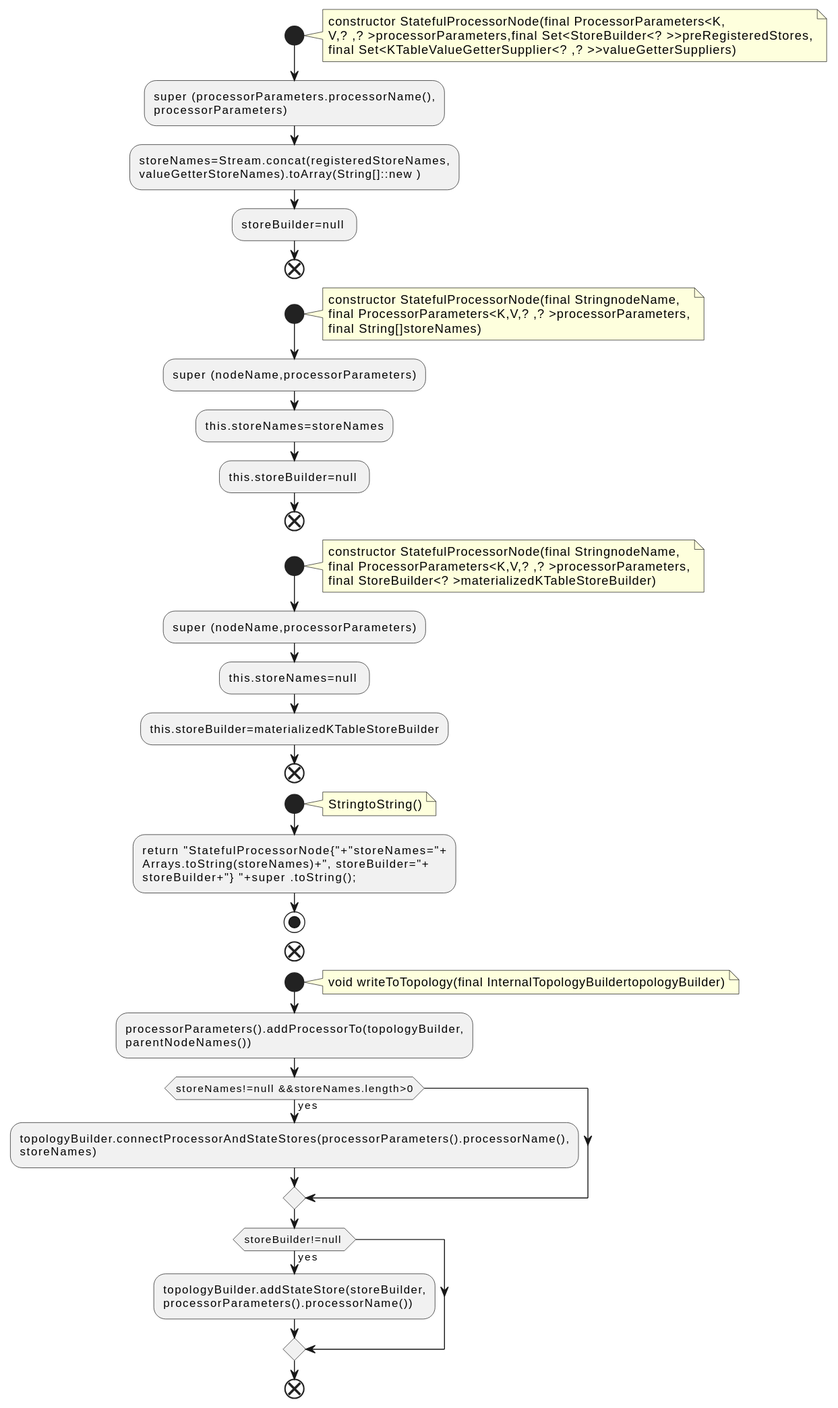
qualitesys/kafka keeps this PlantUML diagram as docs/qc/streams/src/main/java/org/apache/kafka/streams/kstream/internals/graph/StatefulProcessorNode.java.fct.svg. Above is the earlier version.
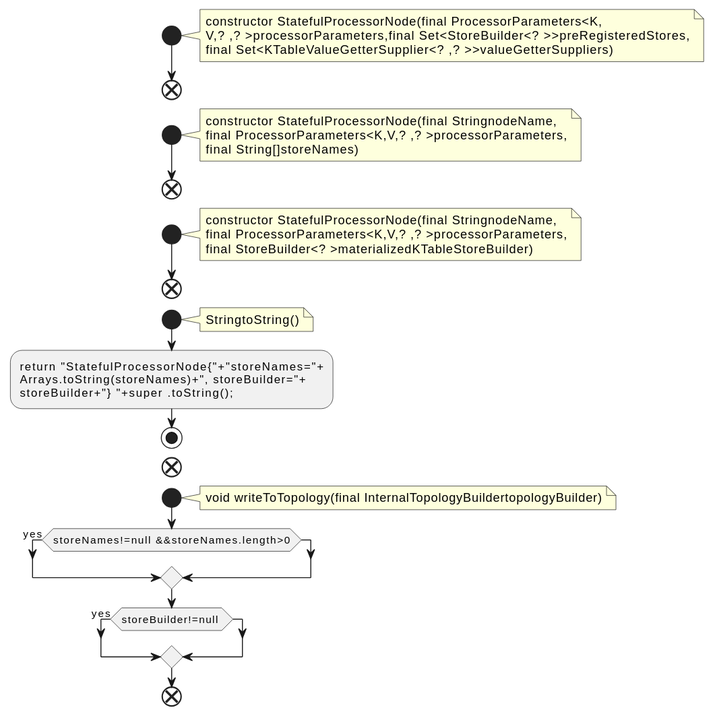
After the commit.

Diff of the diagram source:
```diff
@@ -6,11 +6,6 @@
 V,? ,? >processorParameters,final Set<StoreBuilder<? >>preRegisteredStores,
 final Set<KTableValueGetterSupplier<? ,? >>valueGetterSuppliers)
 end note
-:super (processorParameters.processorName(),
-processorParameters);
-:storeNames=Stream.concat(registeredStoreNames,
-valueGetterStoreNames).toArray(String[]::new );
-:storeBuilder=null ;
 end
 start
 note right
@@ -18,9 +13,6 @@
 final ProcessorParameters<K,V,? ,? >processorParameters,
 final String[]storeNames)
 end note
-:super (nodeName,processorParameters);
-:this.storeNames=storeNames;
-:this.storeBuilder=null ;
 end
 start
 note right
@@ -28,9 +20,6 @@
 final ProcessorParameters<K,V,? ,? >processorParameters,
 final StoreBuilder<? >materializedKTableStoreBuilder)
 end note
-:super (nodeName,processorParameters);
-:this.storeNames=null ;
-:this.storeBuilder=materializedKTableStoreBuilder;
 end
 start
 note right
@@ -45,15 +34,9 @@
 note right
 void writeToTopology(final InternalTopologyBuildertopologyBuilder)
 end note
-:processorParameters().addProcessorTo(topologyBuilder,
-parentNodeNames());
 if (storeNames!=null &&storeNames.length>0) then (yes)
-:topologyBuilder.connectProcessorAndStateStores(processorParameters().processorName(),
-storeNames);
 endif
 if (storeBuilder!=null ) then (yes)
-:topologyBuilder.addStateStore(storeBuilder,
-processorParameters().processorName());
 endif
 end
 @enduml
```
